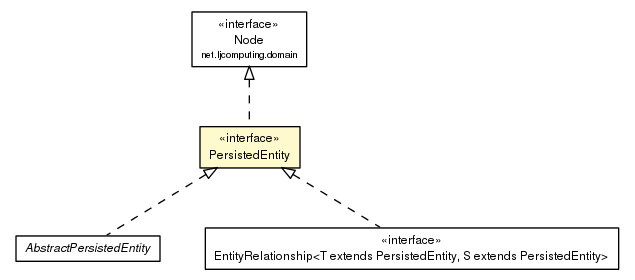
Earlier version of the Graphviz export docs/javadoc/apidocs/net/ljcomputing/entity/PersistedEntity.png (willmorejg/net.ljcomputing.entity). Its source is kept beside it as docs/javadoc/apidocs/net/ljcomputing/entity/PersistedEntity.dot.
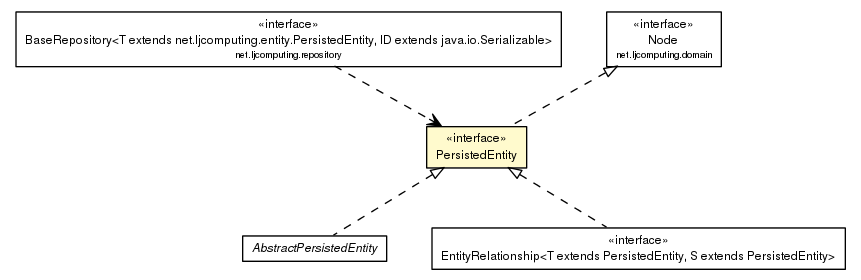
Later version of the same file.

Change to the diagram source:
```diff
@@ -4,31 +4,39 @@
 	node [fontname="Helvetica",fontsize=10,shape=plaintext];
 	nodesep=0.25;
 	ranksep=0.5;
-	c51 [label=<<table title="net.ljcomputing.entity.AbstractPersistedEntity" border="0" cellborder="1" cellspacing="0" cellpadding="2" port="p" href="./AbstractPersistedEntity.html">
+	c81 [label=<<table title="net.ljcomputing.repository.BaseRepository" border="0" cellborder="1" cellspacing="0" cellpadding="2" port="p" href="../repository/BaseRepository.html">
+		<tr><td><table border="0" cellspacing="0" cellpadding="1">
+<tr><td align="center" balign="center"> &#171;interface&#187; </td></tr>
+<tr><td align="center" balign="center"> BaseRepository&lt;T extends net.ljcomputing.entity.PersistedEntity, ID extends java.io.Serializable&gt; </td></tr>
+<tr><td align="center" balign="center"><font point-size="7.0"> net.ljcomputing.repository </font></td></tr>
+		</table></td></tr>
+		</table>>, URL="../repository/BaseRepository.html", fontname="Helvetica", fontcolor="black", fontsize=9.0];
+	c82 [label=<<table title="net.ljcomputing.entity.AbstractPersistedEntity" border="0" cellborder="1" cellspacing="0" cellpadding="2" port="p" href="./AbstractPersistedEntity.html">
 		<tr><td><table border="0" cellspacing="0" cellpadding="1">
 <tr><td align="center" balign="center"><font face="Helvetica-Oblique"> AbstractPersistedEntity </font></td></tr>
 		</table></td></tr>
 		</table>>, URL="./AbstractPersistedEntity.html", fontname="Helvetica", fontcolor="black", fontsize=9.0];
-	c52 [label=<<table title="net.ljcomputing.entity.EntityRelationship" border="0" cellborder="1" cellspacing="0" cellpadding="2" port="p" href="./EntityRelationship.html">
+	c83 [label=<<table title="net.ljcomputing.entity.EntityRelationship" border="0" cellborder="1" cellspacing="0" cellpadding="2" port="p" href="./EntityRelationship.html">
 		<tr><td><table border="0" cellspacing="0" cellpadding="1">
 <tr><td align="center" balign="center"> &#171;interface&#187; </td></tr>
 <tr><td align="center" balign="center"> EntityRelationship&lt;T extends PersistedEntity, S extends PersistedEntity&gt; </td></tr>
 		</table></td></tr>
 		</table>>, URL="./EntityRelationship.html", fontname="Helvetica", fontcolor="black", fontsize=9.0];
-	c54 [label=<<table title="net.ljcomputing.entity.PersistedEntity" border="0" cellborder="1" cellspacing="0" cellpadding="2" port="p" bgcolor="lemonChiffon" href="./PersistedEntity.html">
+	c85 [label=<<table title="net.ljcomputing.entity.PersistedEntity" border="0" cellborder="1" cellspacing="0" cellpadding="2" port="p" bgcolor="lemonChiffon" href="./PersistedEntity.html">
 		<tr><td><table border="0" cellspacing="0" cellpadding="1">
 <tr><td align="center" balign="center"> &#171;interface&#187; </td></tr>
 <tr><td align="center" balign="center"> PersistedEntity </td></tr>
 		</table></td></tr>
 		</table>>, URL="./PersistedEntity.html", fontname="Helvetica", fontcolor="black", fontsize=9.0];
-	c56 [label=<<table title="net.ljcomputing.domain.Node" border="0" cellborder="1" cellspacing="0" cellpadding="2" port="p" href="../domain/Node.html">
+	c87 [label=<<table title="net.ljcomputing.domain.Node" border="0" cellborder="1" cellspacing="0" cellpadding="2" port="p" href="../domain/Node.html">
 		<tr><td><table border="0" cellspacing="0" cellpadding="1">
 <tr><td align="center" balign="center"> &#171;interface&#187; </td></tr>
 <tr><td align="center" balign="center"> Node </td></tr>
 <tr><td align="center" balign="center"><font point-size="7.0"> net.ljcomputing.domain </font></td></tr>
 		</table></td></tr>
 		</table>>, URL="../domain/Node.html", fontname="Helvetica", fontcolor="black", fontsize=9.0];
-	c54:p -> c51:p [dir=back,arrowtail=empty,style=dashed];
-	c54:p -> c52:p [dir=back,arrowtail=empty,style=dashed];
-	c56:p -> c54:p [dir=back,arrowtail=empty,style=dashed];
+	c85:p -> c82:p [dir=back,arrowtail=empty,style=dashed];
+	c85:p -> c83:p [dir=back,arrowtail=empty,style=dashed];
+	c87:p -> c85:p [dir=back,arrowtail=empty,style=dashed];
+	c81:p -> c85:p [taillabel="", label="", headlabel="", fontname="Helvetica", fontcolor="black", fontsize=10.0, color="black", arrowhead=open, style=dashed];
 }
```
